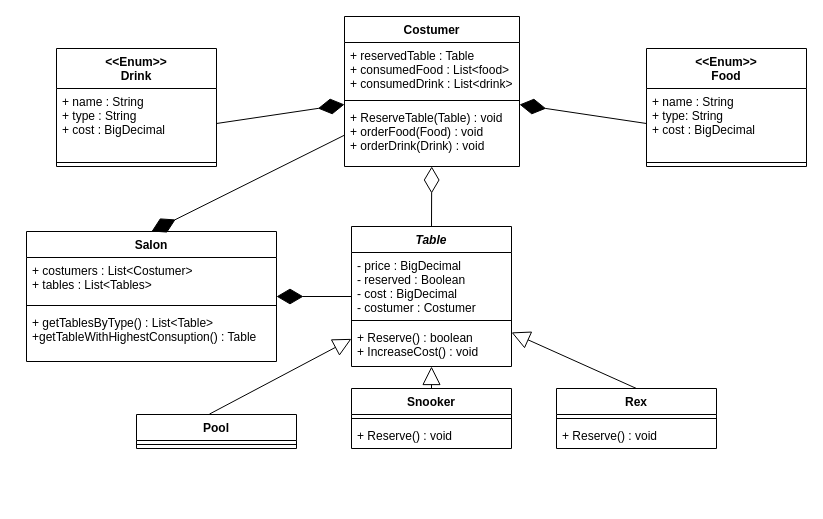
Earlier version of the draw.io diagram PA4.drawio (Guszti9/draw). Source tidied: cells renumbered, new cells numbered last; positions are measured from the earlier drawing's top-left corner, leaving out a move shared by most shapes. Both pictures are drawn from the tidied source at 100%, with x=0, y=0 at pixel (26, 16).
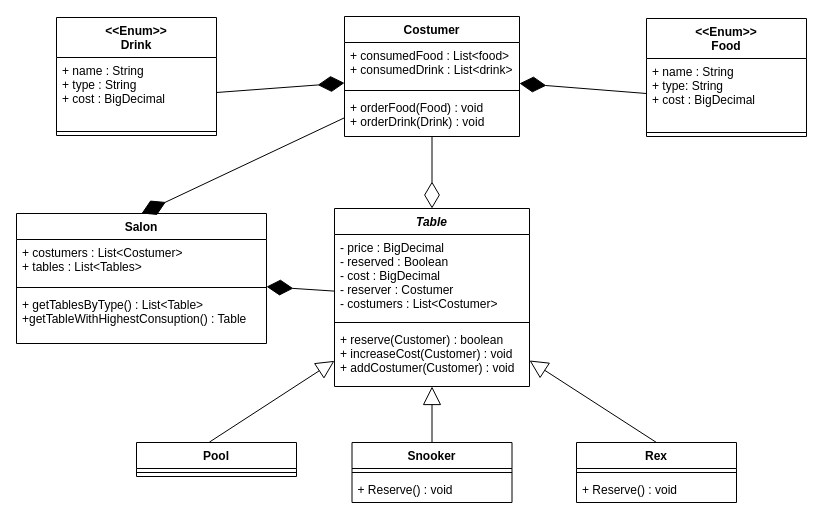
The same diagram, later.

Change to the diagram source:
```diff
@@
     <mxCell id="2" value="Table" style="swimlane;fontStyle=3;align=center;verticalAlign=top;horizontal=1;startSize=26;" parent="1" vertex="1">
-      <mxGeometry x="325" y="210" width="160" height="140" as="geometry" />
+      <mxGeometry x="308" y="192" width="195" height="178" as="geometry" />
     </mxCell>
-    <mxCell id="3" value="- price : BigDecimal&#10;- reserved : Boolean&#10;- cost : BigDecimal&#10;- costumer : Costumer&#10;&#10;&#10;" style="text;strokeColor=none;fillColor=none;align=left;verticalAlign=top;spacingLeft=4;spacingRight=4;overflow=hidden;" parent="2" vertex="1">
-      <mxGeometry y="26" width="160" height="64" as="geometry" />
+    <mxCell id="3" value="- price : BigDecimal&#10;- reserved : Boolean&#10;- cost : BigDecimal&#10;- reserver : Costumer&#10;- costumers : List&lt;Costumer&gt; &#10;&#10;&#10;&#10;&#10;" style="text;strokeColor=none;fillColor=none;align=left;verticalAlign=top;spacingLeft=4;spacingRight=4;overflow=hidden;" parent="2" vertex="1">
+      <mxGeometry y="26" width="195" height="84" as="geometry" />
     </mxCell>
     <mxCell id="4" style="line;strokeWidth=1;fillColor=none;align=left;verticalAlign=middle;spacingTop=-1;spacingLeft=3;spacingRight=3;labelPosition=right;" parent="2" vertex="1">
-      <mxGeometry y="90" width="160" height="8" as="geometry" />
+      <mxGeometry y="110" width="195" height="8" as="geometry" />
     </mxCell>
-    <mxCell id="5" value="+ Reserve() : boolean&#10;+ IncreaseCost() : void&#10;" style="text;strokeColor=none;fillColor=none;align=left;verticalAlign=top;spacingLeft=4;spacingRight=4;overflow=hidden;" parent="2" vertex="1">
-      <mxGeometry y="98" width="160" height="42" as="geometry" />
+    <mxCell id="5" value="+ reserve(Customer) : boolean&#10;+ increaseCost(Customer) : void&#10;+ addCostumer(Customer) : void&#10;" style="text;strokeColor=none;fillColor=none;align=left;verticalAlign=top;spacingLeft=4;spacingRight=4;overflow=hidden;" parent="2" vertex="1">
+      <mxGeometry y="118" width="195" height="60" as="geometry" />
     </mxCell>
     <mxCell id="6" value="Snooker" style="swimlane;fontStyle=1;align=center;verticalAlign=top;horizontal=1;startSize=26;" parent="1" vertex="1">
-      <mxGeometry x="325" y="372" width="160" height="60" as="geometry" />
+      <mxGeometry x="325.5" y="426" width="160" height="60" as="geometry" />
     </mxCell>
@@
     <mxCell id="9" value="Rex" style="swimlane;fontStyle=1;align=center;verticalAlign=top;horizontal=1;startSize=26;" parent="1" vertex="1">
-      <mxGeometry x="530" y="372" width="160" height="60" as="geometry" />
+      <mxGeometry x="550" y="426" width="160" height="60" as="geometry" />
     </mxCell>
@@
     <mxCell id="12" value="Pool" style="swimlane;fontStyle=1;align=center;verticalAlign=top;horizontal=1;startSize=26;" parent="1" vertex="1">
-      <mxGeometry x="110" y="398" width="160" height="34" as="geometry" />
+      <mxGeometry x="110" y="426" width="160" height="34" as="geometry" />
     </mxCell>
@@
     <mxCell id="17" value="Costumer" style="swimlane;fontStyle=1;align=center;verticalAlign=top;horizontal=1;startSize=26;" parent="1" vertex="1">
-      <mxGeometry x="318" width="175" height="150" as="geometry" />
+      <mxGeometry x="318" width="175" height="120" as="geometry" />
     </mxCell>
-    <mxCell id="18" value="+ reservedTable : Table&#10;+ consumedFood : List&lt;food&gt;&#10;+ consumedDrink : List&lt;drink&gt;&#10;" style="text;strokeColor=none;fillColor=none;align=left;verticalAlign=top;spacingLeft=4;spacingRight=4;overflow=hidden;" parent="17" vertex="1">
-      <mxGeometry y="26" width="175" height="54" as="geometry" />
+    <mxCell id="18" value="+ consumedFood : List&lt;food&gt;&#10;+ consumedDrink : List&lt;drink&gt;&#10;" style="text;strokeColor=none;fillColor=none;align=left;verticalAlign=top;spacingLeft=4;spacingRight=4;overflow=hidden;" parent="17" vertex="1">
+      <mxGeometry y="26" width="175" height="44" as="geometry" />
     </mxCell>
     <mxCell id="19" style="line;strokeWidth=1;fillColor=none;align=left;verticalAlign=middle;spacingTop=-1;spacingLeft=3;spacingRight=3;labelPosition=right;" parent="17" vertex="1">
-      <mxGeometry y="80" width="175" height="8" as="geometry" />
+      <mxGeometry y="70" width="175" height="8" as="geometry" />
     </mxCell>
-    <mxCell id="20" value="+ ReserveTable(Table) : void&#10;+ orderFood(Food) : void&#10;+ orderDrink(Drink) : void&#10;" style="text;strokeColor=none;fillColor=none;align=left;verticalAlign=top;spacingLeft=4;spacingRight=4;overflow=hidden;" parent="17" vertex="1">
-      <mxGeometry y="88" width="175" height="62" as="geometry" />
+    <mxCell id="20" value="+ orderFood(Food) : void&#10;+ orderDrink(Drink) : void&#10;" style="text;strokeColor=none;fillColor=none;align=left;verticalAlign=top;spacingLeft=4;spacingRight=4;overflow=hidden;" parent="17" vertex="1">
+      <mxGeometry y="78" width="175" height="42" as="geometry" />
     </mxCell>
     <mxCell id="21" value="&lt;&lt;Enum&gt;&gt;&#10;Food" style="swimlane;fontStyle=1;align=center;verticalAlign=top;horizontal=1;startSize=40;" parent="1" vertex="1">
-      <mxGeometry x="620" y="32" width="160" height="118" as="geometry" />
+      <mxGeometry x="620" y="2" width="160" height="118" as="geometry" />
     </mxCell>
@@
     <mxCell id="24" value="&lt;&lt;Enum&gt;&gt;&#10;Drink" style="swimlane;fontStyle=1;align=center;verticalAlign=top;horizontal=1;startSize=40;" parent="1" vertex="1">
-      <mxGeometry x="30" y="32" width="160" height="118" as="geometry" />
+      <mxGeometry x="30" y="1" width="160" height="118" as="geometry" />
     </mxCell>
@@
     <mxCell id="27" value="Salon" style="swimlane;fontStyle=1;align=center;verticalAlign=top;horizontal=1;startSize=26;" parent="1" vertex="1">
-      <mxGeometry y="215" width="250" height="130" as="geometry" />
+      <mxGeometry x="-10" y="197" width="250" height="130" as="geometry" />
     </mxCell>
@@
-    <mxCell id="31" style="endArrow=diamondThin;endFill=0;endSize=24;html=1;rounded=0;exitX=0.5;exitY=0;exitDx=0;exitDy=0;" parent="1" edge="1" source="2" target="17">
+    <mxCell id="31" style="endArrow=diamondThin;endFill=0;endSize=24;html=1;rounded=0;" parent="1" edge="1" source="17" target="2">
       <mxGeometry relative="1" as="geometry" />
     </mxCell>
```
